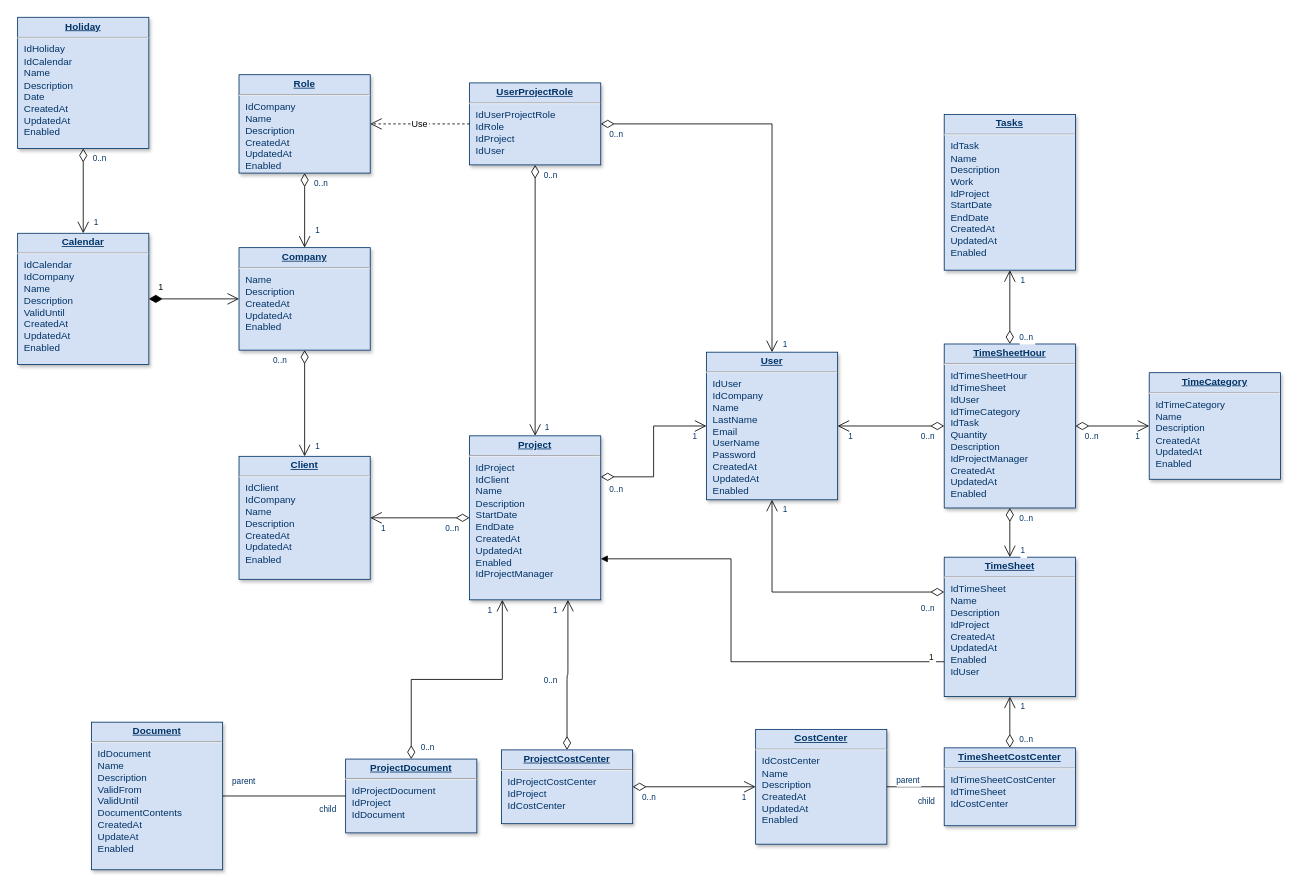
kingshowa/PFE_E-learning keeps this draw.io diagram as Database.drawio. Above is the earlier version. Source tidied: cells renumbered, new cells numbered last; positions are measured from the earlier drawing's top-left corner, leaving out a move shared by most shapes. Both pictures are drawn from the tidied source at 82%, with x=0, y=0 at pixel (17, 17).
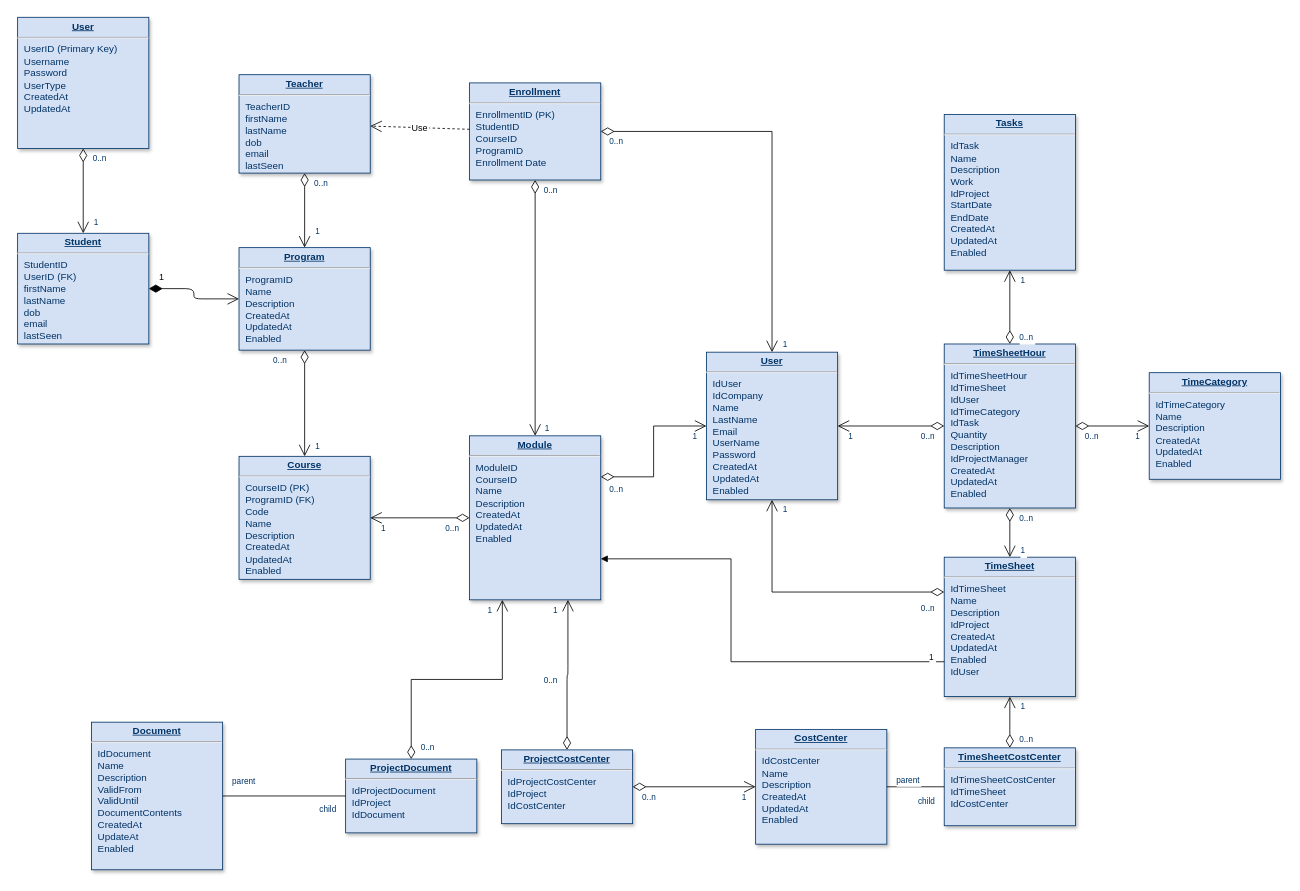
After the change.

The edit, as a diff of the source:
```diff
@@
-    <mxCell id="2" value="&lt;p style=&quot;margin: 0px; margin-top: 4px; text-align: center; text-decoration: underline;&quot;&gt;&lt;strong&gt;Role&lt;/strong&gt;&lt;/p&gt;&lt;hr /&gt;&lt;p style=&quot;margin: 0px; margin-left: 8px;&quot;&gt;IdCompany&lt;br /&gt;Name&lt;/p&gt;&lt;p style=&quot;margin: 0px; margin-left: 8px;&quot;&gt;Description&lt;/p&gt;&lt;p style=&quot;margin: 0px; margin-left: 8px;&quot;&gt;CreatedAt&lt;/p&gt;&lt;p style=&quot;margin: 0px; margin-left: 8px;&quot;&gt;UpdatedAt&lt;/p&gt;&lt;p style=&quot;margin: 0px; margin-left: 8px;&quot;&gt;Enabled&lt;/p&gt;" style="verticalAlign=top;align=left;overflow=fill;fontSize=12;fontFamily=Helvetica;html=1;strokeColor=#003366;shadow=1;fillColor=#D4E1F5;fontColor=#003366;" parent="1" vertex="1">
+    <mxCell id="2" value="&lt;p style=&quot;margin: 0px; margin-top: 4px; text-align: center; text-decoration: underline;&quot;&gt;&lt;b&gt;Teacher&lt;/b&gt;&lt;/p&gt;&lt;hr&gt;&lt;p style=&quot;margin: 0px 0px 0px 8px;&quot;&gt;TeacherID&lt;/p&gt;&lt;p style=&quot;margin: 0px 0px 0px 8px;&quot;&gt;firstName&lt;/p&gt;&lt;p style=&quot;margin: 0px 0px 0px 8px;&quot;&gt;lastName&lt;/p&gt;&lt;p style=&quot;margin: 0px 0px 0px 8px;&quot;&gt;dob&lt;/p&gt;&lt;p style=&quot;margin: 0px 0px 0px 8px;&quot;&gt;email&lt;/p&gt;&lt;p style=&quot;margin: 0px 0px 0px 8px;&quot;&gt;lastSeen&lt;/p&gt;" style="verticalAlign=top;align=left;overflow=fill;fontSize=12;fontFamily=Helvetica;html=1;strokeColor=#003366;shadow=1;fillColor=#D4E1F5;fontColor=#003366;" parent="1" vertex="1">
       <mxGeometry x="270" y="69.6" width="160" height="120" as="geometry" />
     </mxCell>
-    <mxCell id="3" value="&lt;p style=&quot;margin: 0px; margin-top: 4px; text-align: center; text-decoration: underline;&quot;&gt;&lt;strong&gt;Company&lt;/strong&gt;&lt;/p&gt;&lt;hr /&gt;&lt;p style=&quot;margin: 0px; margin-left: 8px;&quot;&gt;Name&lt;/p&gt;&lt;p style=&quot;margin: 0px; margin-left: 8px;&quot;&gt;Description&lt;/p&gt;&lt;p style=&quot;margin: 0px; margin-left: 8px;&quot;&gt;CreatedAt&lt;/p&gt;&lt;p style=&quot;margin: 0px; margin-left: 8px;&quot;&gt;UpdatedAt&lt;/p&gt;&lt;p style=&quot;margin: 0px; margin-left: 8px;&quot;&gt;Enabled&lt;/p&gt;" style="verticalAlign=top;align=left;overflow=fill;fontSize=12;fontFamily=Helvetica;html=1;strokeColor=#003366;shadow=1;fillColor=#D4E1F5;fontColor=#003366;" parent="1" vertex="1">
+    <mxCell id="3" value="&lt;p style=&quot;margin: 0px; margin-top: 4px; text-align: center; text-decoration: underline;&quot;&gt;&lt;strong&gt;Program&lt;/strong&gt;&lt;/p&gt;&lt;hr&gt;&lt;p style=&quot;margin: 0px; margin-left: 8px;&quot;&gt;ProgramID&lt;/p&gt;&lt;p style=&quot;margin: 0px; margin-left: 8px;&quot;&gt;Name&lt;/p&gt;&lt;p style=&quot;margin: 0px; margin-left: 8px;&quot;&gt;Description&lt;/p&gt;&lt;p style=&quot;margin: 0px; margin-left: 8px;&quot;&gt;CreatedAt&lt;/p&gt;&lt;p style=&quot;margin: 0px; margin-left: 8px;&quot;&gt;UpdatedAt&lt;/p&gt;&lt;p style=&quot;margin: 0px; margin-left: 8px;&quot;&gt;Enabled&lt;/p&gt;" style="verticalAlign=top;align=left;overflow=fill;fontSize=12;fontFamily=Helvetica;html=1;strokeColor=#003366;shadow=1;fillColor=#D4E1F5;fontColor=#003366;" parent="1" vertex="1">
       <mxGeometry x="270" y="280.5" width="160" height="125" as="geometry" />
     </mxCell>
-    <mxCell id="4" value="&lt;p style=&quot;margin: 0px; margin-top: 4px; text-align: center; text-decoration: underline;&quot;&gt;&lt;strong&gt;Calendar&lt;/strong&gt;&lt;/p&gt;&lt;hr /&gt;&lt;p style=&quot;margin: 0px; margin-left: 8px;&quot;&gt;IdCalendar&lt;/p&gt;&lt;p style=&quot;margin: 0px; margin-left: 8px;&quot;&gt;IdCompany&lt;/p&gt;&lt;p style=&quot;margin: 0px; margin-left: 8px;&quot;&gt;Name&lt;/p&gt;&lt;p style=&quot;margin: 0px; margin-left: 8px;&quot;&gt;Description&lt;/p&gt;&lt;p style=&quot;margin: 0px; margin-left: 8px;&quot;&gt;ValidUntil&lt;/p&gt;&lt;p style=&quot;margin: 0px; margin-left: 8px;&quot;&gt;CreatedAt&lt;/p&gt;&lt;p style=&quot;margin: 0px; margin-left: 8px;&quot;&gt;UpdatedAt&lt;/p&gt;&lt;p style=&quot;margin: 0px; margin-left: 8px;&quot;&gt;Enabled&lt;/p&gt;" style="verticalAlign=top;align=left;overflow=fill;fontSize=12;fontFamily=Helvetica;html=1;strokeColor=#003366;shadow=1;fillColor=#D4E1F5;fontColor=#003366;" parent="1" vertex="1">
-      <mxGeometry y="263" width="160" height="160" as="geometry" />
+    <mxCell id="4" value="&lt;p style=&quot;margin: 0px; margin-top: 4px; text-align: center; text-decoration: underline;&quot;&gt;&lt;strong&gt;Student&lt;/strong&gt;&lt;/p&gt;&lt;hr&gt;&lt;p style=&quot;margin: 0px; margin-left: 8px;&quot;&gt;StudentID&lt;/p&gt;&lt;p style=&quot;margin: 0px; margin-left: 8px;&quot;&gt;UserID (FK)&lt;/p&gt;&lt;p style=&quot;margin: 0px; margin-left: 8px;&quot;&gt;firstName&lt;/p&gt;&lt;p style=&quot;margin: 0px; margin-left: 8px;&quot;&gt;lastName&lt;/p&gt;&lt;p style=&quot;margin: 0px; margin-left: 8px;&quot;&gt;dob&lt;/p&gt;&lt;p style=&quot;margin: 0px; margin-left: 8px;&quot;&gt;email&lt;/p&gt;&lt;p style=&quot;margin: 0px; margin-left: 8px;&quot;&gt;lastSeen&lt;/p&gt;" style="verticalAlign=top;align=left;overflow=fill;fontSize=12;fontFamily=Helvetica;html=1;strokeColor=#003366;shadow=1;fillColor=#D4E1F5;fontColor=#003366;" parent="1" vertex="1">
+      <mxGeometry y="263" width="160" height="135" as="geometry" />
     </mxCell>
@@
-    <mxCell id="6" value="&lt;p style=&quot;margin: 0px; margin-top: 4px; text-align: center; text-decoration: underline;&quot;&gt;&lt;strong&gt;UserProjectRole&lt;/strong&gt;&lt;/p&gt;&lt;hr /&gt;&lt;p style=&quot;margin: 0px; margin-left: 8px;&quot;&gt;IdUserProjectRole&lt;/p&gt;&lt;p style=&quot;margin: 0px; margin-left: 8px;&quot;&gt;IdRole&lt;/p&gt;&lt;p style=&quot;margin: 0px; margin-left: 8px;&quot;&gt;IdProject&lt;/p&gt;&lt;p style=&quot;margin: 0px; margin-left: 8px;&quot;&gt;IdUser&lt;/p&gt;" style="verticalAlign=top;align=left;overflow=fill;fontSize=12;fontFamily=Helvetica;html=1;strokeColor=#003366;shadow=1;fillColor=#D4E1F5;fontColor=#003366;" parent="1" vertex="1">
-      <mxGeometry x="551.1" y="79.6" width="160" height="100" as="geometry" />
+    <mxCell id="6" value="&lt;p style=&quot;margin: 0px; margin-top: 4px; text-align: center; text-decoration: underline;&quot;&gt;&lt;b&gt;Enrollment&lt;/b&gt;&lt;/p&gt;&lt;hr&gt;&lt;p style=&quot;margin: 0px; margin-left: 8px;&quot;&gt;EnrollmentID (PK)&lt;/p&gt;&lt;p style=&quot;margin: 0px; margin-left: 8px;&quot;&gt;StudentID&lt;/p&gt;&lt;p style=&quot;margin: 0px; margin-left: 8px;&quot;&gt;CourseID&lt;/p&gt;&lt;p style=&quot;margin: 0px; margin-left: 8px;&quot;&gt;ProgramID&lt;/p&gt;&lt;p style=&quot;margin: 0px; margin-left: 8px;&quot;&gt;Enrollment Date&lt;/p&gt;" style="verticalAlign=top;align=left;overflow=fill;fontSize=12;fontFamily=Helvetica;html=1;strokeColor=#003366;shadow=1;fillColor=#D4E1F5;fontColor=#003366;" parent="1" vertex="1">
+      <mxGeometry x="551.1" y="79.6" width="160" height="118.4" as="geometry" />
     </mxCell>
-    <mxCell id="7" value="&lt;p style=&quot;margin: 0px; margin-top: 4px; text-align: center; text-decoration: underline;&quot;&gt;&lt;strong&gt;Client&lt;/strong&gt;&lt;/p&gt;&lt;hr /&gt;&lt;p style=&quot;margin: 0px; margin-left: 8px;&quot;&gt;IdClient&lt;/p&gt;&lt;p style=&quot;margin: 0px; margin-left: 8px;&quot;&gt;IdCompany&lt;/p&gt;&lt;p style=&quot;margin: 0px; margin-left: 8px;&quot;&gt;Name&lt;/p&gt;&lt;p style=&quot;margin: 0px; margin-left: 8px;&quot;&gt;Description&lt;/p&gt;&lt;p style=&quot;margin: 0px; margin-left: 8px;&quot;&gt;CreatedAt&lt;/p&gt;&lt;p style=&quot;margin: 0px; margin-left: 8px;&quot;&gt;UpdatedAt&lt;/p&gt;&lt;p style=&quot;margin: 0px; margin-left: 8px;&quot;&gt;Enabled&lt;/p&gt;" style="verticalAlign=top;align=left;overflow=fill;fontSize=12;fontFamily=Helvetica;html=1;strokeColor=#003366;shadow=1;fillColor=#D4E1F5;fontColor=#003366;" parent="1" vertex="1">
+    <mxCell id="7" value="&lt;p style=&quot;margin: 0px; margin-top: 4px; text-align: center; text-decoration: underline;&quot;&gt;&lt;b&gt;Course&lt;/b&gt;&lt;/p&gt;&lt;hr&gt;&lt;p style=&quot;margin: 0px; margin-left: 8px;&quot;&gt;CourseID (PK)&lt;/p&gt;&lt;p style=&quot;margin: 0px; margin-left: 8px;&quot;&gt;ProgramID (FK)&lt;/p&gt;&lt;p style=&quot;margin: 0px; margin-left: 8px;&quot;&gt;Code&lt;/p&gt;&lt;p style=&quot;margin: 0px; margin-left: 8px;&quot;&gt;Name&lt;/p&gt;&lt;p style=&quot;margin: 0px; margin-left: 8px;&quot;&gt;Description&lt;/p&gt;&lt;p style=&quot;margin: 0px; margin-left: 8px;&quot;&gt;CreatedAt&lt;/p&gt;&lt;p style=&quot;margin: 0px; margin-left: 8px;&quot;&gt;UpdatedAt&lt;/p&gt;&lt;p style=&quot;margin: 0px; margin-left: 8px;&quot;&gt;Enabled&lt;/p&gt;" style="verticalAlign=top;align=left;overflow=fill;fontSize=12;fontFamily=Helvetica;html=1;strokeColor=#003366;shadow=1;fillColor=#D4E1F5;fontColor=#003366;" parent="1" vertex="1">
       <mxGeometry x="270" y="535" width="160" height="150" as="geometry" />
     </mxCell>
-    <mxCell id="8" value="&lt;p style=&quot;margin: 0px; margin-top: 4px; text-align: center; text-decoration: underline;&quot;&gt;&lt;strong&gt;Holiday&lt;/strong&gt;&lt;/p&gt;&lt;hr /&gt;&lt;p style=&quot;margin: 0px; margin-left: 8px;&quot;&gt;IdHoliday&lt;/p&gt;&lt;p style=&quot;margin: 0px; margin-left: 8px;&quot;&gt;IdCalendar&lt;/p&gt;&lt;p style=&quot;margin: 0px; margin-left: 8px;&quot;&gt;Name&lt;/p&gt;&lt;p style=&quot;margin: 0px; margin-left: 8px;&quot;&gt;Description&lt;/p&gt;&lt;p style=&quot;margin: 0px; margin-left: 8px;&quot;&gt;Date&lt;/p&gt;&lt;p style=&quot;margin: 0px; margin-left: 8px;&quot;&gt;CreatedAt&lt;/p&gt;&lt;p style=&quot;margin: 0px; margin-left: 8px;&quot;&gt;UpdatedAt&lt;/p&gt;&lt;p style=&quot;margin: 0px; margin-left: 8px;&quot;&gt;Enabled&lt;/p&gt;" style="verticalAlign=top;align=left;overflow=fill;fontSize=12;fontFamily=Helvetica;html=1;strokeColor=#003366;shadow=1;fillColor=#D4E1F5;fontColor=#003366;" parent="1" vertex="1">
+    <mxCell id="8" value="&lt;p style=&quot;margin: 0px; margin-top: 4px; text-align: center; text-decoration: underline;&quot;&gt;&lt;strong&gt;User&lt;/strong&gt;&lt;/p&gt;&lt;hr&gt;&lt;p style=&quot;margin: 0px; margin-left: 8px;&quot;&gt;UserID (Primary Key)&lt;/p&gt;&lt;p style=&quot;margin: 0px; margin-left: 8px;&quot;&gt;Username&lt;/p&gt;&lt;p style=&quot;margin: 0px; margin-left: 8px;&quot;&gt;Password&lt;/p&gt;&lt;p style=&quot;margin: 0px; margin-left: 8px;&quot;&gt;UserType&lt;/p&gt;&lt;p style=&quot;margin: 0px; margin-left: 8px;&quot;&gt;CreatedAt&lt;/p&gt;&lt;p style=&quot;margin: 0px; margin-left: 8px;&quot;&gt;UpdatedAt&lt;/p&gt;" style="verticalAlign=top;align=left;overflow=fill;fontSize=12;fontFamily=Helvetica;html=1;strokeColor=#003366;shadow=1;fillColor=#D4E1F5;fontColor=#003366;" parent="1" vertex="1">
       <mxGeometry y="-0.4" width="160" height="160" as="geometry" />
     </mxCell>
@@
-    <mxCell id="12" value="&lt;p style=&quot;margin: 0px; margin-top: 4px; text-align: center; text-decoration: underline;&quot;&gt;&lt;strong&gt;Project&lt;/strong&gt;&lt;/p&gt;&lt;hr /&gt;&lt;p style=&quot;margin: 0px; margin-left: 8px;&quot;&gt;IdProject&lt;/p&gt;&lt;p style=&quot;margin: 0px; margin-left: 8px;&quot;&gt;IdClient&lt;/p&gt;&lt;p style=&quot;margin: 0px; margin-left: 8px;&quot;&gt;Name&lt;/p&gt;&lt;p style=&quot;margin: 0px; margin-left: 8px;&quot;&gt;Description&lt;/p&gt;&lt;p style=&quot;margin: 0px; margin-left: 8px;&quot;&gt;StartDate&lt;/p&gt;&lt;p style=&quot;margin: 0px; margin-left: 8px;&quot;&gt;EndDate&lt;/p&gt;&lt;p style=&quot;margin: 0px; margin-left: 8px;&quot;&gt;CreatedAt&lt;/p&gt;&lt;p style=&quot;margin: 0px; margin-left: 8px;&quot;&gt;UpdatedAt&lt;/p&gt;&lt;p style=&quot;margin: 0px; margin-left: 8px;&quot;&gt;Enabled&lt;br /&gt;IdProjectManager&lt;/p&gt;" style="verticalAlign=top;align=left;overflow=fill;fontSize=12;fontFamily=Helvetica;html=1;strokeColor=#003366;shadow=1;fillColor=#D4E1F5;fontColor=#003366;" parent="1" vertex="1">
+    <mxCell id="12" value="&lt;p style=&quot;margin: 0px; margin-top: 4px; text-align: center; text-decoration: underline;&quot;&gt;&lt;b&gt;Module&lt;/b&gt;&lt;/p&gt;&lt;hr&gt;&lt;p style=&quot;margin: 0px; margin-left: 8px;&quot;&gt;ModuleID&lt;/p&gt;&lt;p style=&quot;margin: 0px; margin-left: 8px;&quot;&gt;CourseID&lt;/p&gt;&lt;p style=&quot;margin: 0px; margin-left: 8px;&quot;&gt;Name&lt;/p&gt;&lt;p style=&quot;margin: 0px; margin-left: 8px;&quot;&gt;Description&lt;/p&gt;&lt;p style=&quot;margin: 0px; margin-left: 8px;&quot;&gt;CreatedAt&lt;/p&gt;&lt;p style=&quot;margin: 0px; margin-left: 8px;&quot;&gt;UpdatedAt&lt;/p&gt;&lt;p style=&quot;margin: 0px; margin-left: 8px;&quot;&gt;Enabled&lt;/p&gt;" style="verticalAlign=top;align=left;overflow=fill;fontSize=12;fontFamily=Helvetica;html=1;strokeColor=#003366;shadow=1;fillColor=#D4E1F5;fontColor=#003366;" parent="1" vertex="1">
       <mxGeometry x="551.1" y="510" width="160" height="200" as="geometry" />
     </mxCell>
```
